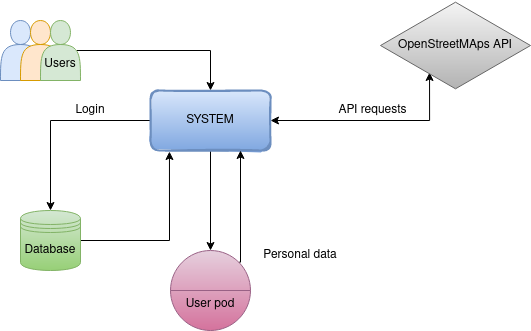
Above: docs/images/LOmap_BUsiness.png in Arquisoft/lomap_es5c (draw.io), before the change. Source tidied: cells renumbered, new cells last; positions are measured from the earlier drawing's top-left corner, leaving out a move shared by most shapes. The source it was exported from:
```xml
<mxGraphModel>
  <root>
    <mxCell id="0" />
    <mxCell id="1" parent="0" />
    <mxCell id="2" style="shape=actor;whiteSpace=wrap;html=1;fillColor=#dae8fc;strokeColor=#6c8ebf;" parent="1" vertex="1">
      <mxGeometry y="20" width="40" height="60" as="geometry" />
    </mxCell>
    <mxCell id="3" style="edgeStyle=orthogonalEdgeStyle;rounded=0;jettySize=auto;html=1;exitX=0.9;exitY=0.5;exitDx=0;exitDy=0;exitPerimeter=0;entryX=0.5;entryY=0;entryDx=0;entryDy=0;" parent="1" edge="1" source="17" target="7">
      <mxGeometry relative="1" as="geometry" />
    </mxCell>
    <mxCell id="4" style="edgeStyle=orthogonalEdgeStyle;rounded=0;jettySize=auto;html=1;exitX=0;exitY=0.5;exitDx=0;exitDy=0;entryX=0.5;entryY=0;entryDx=0;entryDy=0;" parent="1" edge="1" source="7" target="9">
      <mxGeometry relative="1" as="geometry" />
    </mxCell>
    <mxCell id="5" style="edgeStyle=orthogonalEdgeStyle;rounded=0;jettySize=auto;html=1;exitX=0.5;exitY=1;exitDx=0;exitDy=0;entryX=0.5;entryY=0;entryDx=0;entryDy=0;" parent="1" edge="1" source="7" target="11">
      <mxGeometry relative="1" as="geometry" />
    </mxCell>
    <mxCell id="6" style="edgeStyle=orthogonalEdgeStyle;rounded=0;jettySize=auto;html=1;exitX=1;exitY=0.5;exitDx=0;exitDy=0;entryX=0.327;entryY=0.8;entryDx=0;entryDy=0;entryPerimeter=0;endArrow=classic;endFill=1;startArrow=classic;startFill=1;" parent="1" edge="1" source="7" target="12">
      <mxGeometry relative="1" as="geometry">
        <Array as="points">
          <mxPoint x="430" y="120" />
          <mxPoint x="430" y="72" />
        </Array>
      </mxGeometry>
    </mxCell>
    <mxCell id="7" value="SYSTEM" style="rounded=1;whiteSpace=wrap;html=1;strokeWidth=2;fillWeight=4;hachureGap=8;hachureAngle=45;sketch=1;fillColor=#dae8fc;strokeColor=#6c8ebf;gradientColor=#7ea6e0;" parent="1" vertex="1">
      <mxGeometry x="150" y="90" width="120" height="60" as="geometry" />
    </mxCell>
    <mxCell id="8" style="edgeStyle=orthogonalEdgeStyle;rounded=0;jettySize=auto;html=1;exitX=1;exitY=0.5;exitDx=0;exitDy=0;entryX=0.158;entryY=1.017;entryDx=0;entryDy=0;entryPerimeter=0;startArrow=none;startFill=0;endArrow=classic;endFill=1;" parent="1" edge="1" source="9" target="7">
      <mxGeometry relative="1" as="geometry" />
    </mxCell>
    <mxCell id="9" value="Database" style="shape=datastore;whiteSpace=wrap;html=1;fillColor=#d5e8d4;gradientColor=#97d077;strokeColor=#82b366;" parent="1" vertex="1">
      <mxGeometry x="20" y="210" width="60" height="60" as="geometry" />
    </mxCell>
    <mxCell id="10" style="edgeStyle=orthogonalEdgeStyle;rounded=0;jettySize=auto;html=1;exitX=1;exitY=0;exitDx=0;exitDy=0;entryX=0.75;entryY=1;entryDx=0;entryDy=0;startArrow=none;startFill=0;endArrow=classic;endFill=1;" parent="1" edge="1" source="11" target="7">
      <mxGeometry relative="1" as="geometry">
        <Array as="points">
          <mxPoint x="240" y="262" />
        </Array>
      </mxGeometry>
    </mxCell>
    <mxCell id="11" value="&lt;div&gt;&lt;br&gt;&lt;/div&gt;&lt;div&gt;&lt;br&gt;&lt;/div&gt;&lt;div&gt;User pod&lt;br&gt;&lt;/div&gt;" style="shape=lineEllipse;perimeter=ellipsePerimeter;whiteSpace=wrap;html=1;backgroundOutline=1;fillColor=#e6d0de;gradientColor=#d5739d;strokeColor=#996185;" parent="1" vertex="1">
      <mxGeometry x="170" y="250" width="80" height="80" as="geometry" />
    </mxCell>
    <mxCell id="12" value="OpenStreetMAps API" style="html=1;whiteSpace=wrap;shape=isoRectangle;fillColor=#f5f5f5;gradientColor=#b3b3b3;strokeColor=#666666;" parent="1" vertex="1">
      <mxGeometry x="380" width="150" height="90" as="geometry" />
    </mxCell>
    <mxCell id="13" value="API requests" style="text;html=1;strokeColor=none;fillColor=none;align=center;verticalAlign=middle;whiteSpace=wrap;rounded=0;" parent="1" vertex="1">
      <mxGeometry x="335" y="95" width="75" height="30" as="geometry" />
    </mxCell>
    <mxCell id="14" value="&lt;div&gt;Login&lt;/div&gt;" style="text;html=1;strokeColor=none;fillColor=none;align=center;verticalAlign=middle;whiteSpace=wrap;rounded=0;" parent="1" vertex="1">
      <mxGeometry x="60" y="95" width="60" height="30" as="geometry" />
    </mxCell>
    <mxCell id="15" value="Personal data" style="text;html=1;strokeColor=none;fillColor=none;align=center;verticalAlign=middle;whiteSpace=wrap;rounded=0;" parent="1" vertex="1">
      <mxGeometry x="250" y="240" width="100" height="30" as="geometry" />
    </mxCell>
    <mxCell id="16" style="shape=actor;whiteSpace=wrap;html=1;fillColor=#ffe6cc;strokeColor=#d79b00;" parent="1" vertex="1">
      <mxGeometry x="20" y="20" width="40" height="60" as="geometry" />
    </mxCell>
    <mxCell id="17" value="&lt;div&gt;&lt;br&gt;&lt;/div&gt;&lt;div&gt;&lt;br&gt;&lt;/div&gt;&lt;div&gt;Users&lt;br&gt;&lt;/div&gt;" style="shape=actor;whiteSpace=wrap;html=1;fillColor=#d5e8d4;strokeColor=#82b366;" parent="1" vertex="1">
      <mxGeometry x="40" y="20" width="40" height="60" as="geometry" />
    </mxCell>
  </root>
</mxGraphModel>
```
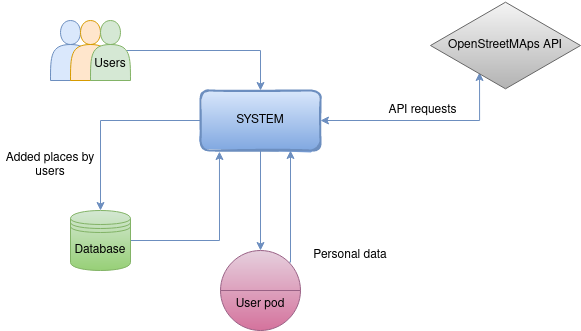
Later version of the same file.

Commit message:
modified business context

What changed in the source:
```diff
@@ -5,16 +5,16 @@
     <mxCell id="2" style="shape=actor;whiteSpace=wrap;html=1;fillColor=#dae8fc;strokeColor=#6c8ebf;" parent="1" vertex="1">
       <mxGeometry y="20" width="40" height="60" as="geometry" />
     </mxCell>
-    <mxCell id="3" style="edgeStyle=orthogonalEdgeStyle;rounded=0;jettySize=auto;html=1;exitX=0.9;exitY=0.5;exitDx=0;exitDy=0;exitPerimeter=0;entryX=0.5;entryY=0;entryDx=0;entryDy=0;" parent="1" edge="1" source="17" target="7">
+    <mxCell id="3" style="edgeStyle=orthogonalEdgeStyle;rounded=0;jettySize=auto;html=1;exitX=0.9;exitY=0.5;exitDx=0;exitDy=0;exitPerimeter=0;entryX=0.5;entryY=0;entryDx=0;entryDy=0;fillColor=#dae8fc;strokeColor=#6c8ebf;" parent="1" edge="1" source="17" target="7">
       <mxGeometry relative="1" as="geometry" />
     </mxCell>
-    <mxCell id="4" style="edgeStyle=orthogonalEdgeStyle;rounded=0;jettySize=auto;html=1;exitX=0;exitY=0.5;exitDx=0;exitDy=0;entryX=0.5;entryY=0;entryDx=0;entryDy=0;" parent="1" edge="1" source="7" target="9">
+    <mxCell id="4" style="edgeStyle=orthogonalEdgeStyle;rounded=0;jettySize=auto;html=1;exitX=0;exitY=0.5;exitDx=0;exitDy=0;entryX=0.5;entryY=0;entryDx=0;entryDy=0;fillColor=#dae8fc;strokeColor=#6c8ebf;" parent="1" edge="1" source="7" target="9">
       <mxGeometry relative="1" as="geometry" />
     </mxCell>
-    <mxCell id="5" style="edgeStyle=orthogonalEdgeStyle;rounded=0;jettySize=auto;html=1;exitX=0.5;exitY=1;exitDx=0;exitDy=0;entryX=0.5;entryY=0;entryDx=0;entryDy=0;" parent="1" edge="1" source="7" target="11">
+    <mxCell id="5" style="edgeStyle=orthogonalEdgeStyle;rounded=0;jettySize=auto;html=1;exitX=0.5;exitY=1;exitDx=0;exitDy=0;entryX=0.5;entryY=0;entryDx=0;entryDy=0;fillColor=#dae8fc;strokeColor=#6c8ebf;" parent="1" edge="1" source="7" target="11">
       <mxGeometry relative="1" as="geometry" />
     </mxCell>
-    <mxCell id="6" style="edgeStyle=orthogonalEdgeStyle;rounded=0;jettySize=auto;html=1;exitX=1;exitY=0.5;exitDx=0;exitDy=0;entryX=0.327;entryY=0.8;entryDx=0;entryDy=0;entryPerimeter=0;endArrow=classic;endFill=1;startArrow=classic;startFill=1;" parent="1" edge="1" source="7" target="12">
+    <mxCell id="6" style="edgeStyle=orthogonalEdgeStyle;rounded=0;jettySize=auto;html=1;exitX=1;exitY=0.5;exitDx=0;exitDy=0;entryX=0.327;entryY=0.8;entryDx=0;entryDy=0;entryPerimeter=0;endArrow=classic;endFill=1;startArrow=classic;startFill=1;fillColor=#dae8fc;strokeColor=#6c8ebf;" parent="1" edge="1" source="7" target="12">
       <mxGeometry relative="1" as="geometry">
         <Array as="points">
           <mxPoint x="430" y="120" />
@@ -25,13 +25,13 @@
     <mxCell id="7" value="SYSTEM" style="rounded=1;whiteSpace=wrap;html=1;strokeWidth=2;fillWeight=4;hachureGap=8;hachureAngle=45;sketch=1;fillColor=#dae8fc;strokeColor=#6c8ebf;gradientColor=#7ea6e0;" parent="1" vertex="1">
       <mxGeometry x="150" y="90" width="120" height="60" as="geometry" />
     </mxCell>
-    <mxCell id="8" style="edgeStyle=orthogonalEdgeStyle;rounded=0;jettySize=auto;html=1;exitX=1;exitY=0.5;exitDx=0;exitDy=0;entryX=0.158;entryY=1.017;entryDx=0;entryDy=0;entryPerimeter=0;startArrow=none;startFill=0;endArrow=classic;endFill=1;" parent="1" edge="1" source="9" target="7">
+    <mxCell id="8" style="edgeStyle=orthogonalEdgeStyle;rounded=0;jettySize=auto;html=1;exitX=1;exitY=0.5;exitDx=0;exitDy=0;entryX=0.158;entryY=1.017;entryDx=0;entryDy=0;entryPerimeter=0;startArrow=none;startFill=0;endArrow=classic;endFill=1;fillColor=#dae8fc;strokeColor=#6c8ebf;" parent="1" edge="1" source="9" target="7">
       <mxGeometry relative="1" as="geometry" />
     </mxCell>
     <mxCell id="9" value="Database" style="shape=datastore;whiteSpace=wrap;html=1;fillColor=#d5e8d4;gradientColor=#97d077;strokeColor=#82b366;" parent="1" vertex="1">
       <mxGeometry x="20" y="210" width="60" height="60" as="geometry" />
     </mxCell>
-    <mxCell id="10" style="edgeStyle=orthogonalEdgeStyle;rounded=0;jettySize=auto;html=1;exitX=1;exitY=0;exitDx=0;exitDy=0;entryX=0.75;entryY=1;entryDx=0;entryDy=0;startArrow=none;startFill=0;endArrow=classic;endFill=1;" parent="1" edge="1" source="11" target="7">
+    <mxCell id="10" style="edgeStyle=orthogonalEdgeStyle;rounded=0;jettySize=auto;html=1;exitX=1;exitY=0;exitDx=0;exitDy=0;entryX=0.75;entryY=1;entryDx=0;entryDy=0;startArrow=none;startFill=0;endArrow=classic;endFill=1;fillColor=#dae8fc;strokeColor=#6c8ebf;" parent="1" edge="1" source="11" target="7">
       <mxGeometry relative="1" as="geometry">
         <Array as="points">
           <mxPoint x="240" y="262" />
@@ -47,9 +47,6 @@
     <mxCell id="13" value="API requests" style="text;html=1;strokeColor=none;fillColor=none;align=center;verticalAlign=middle;whiteSpace=wrap;rounded=0;" parent="1" vertex="1">
       <mxGeometry x="335" y="95" width="75" height="30" as="geometry" />
     </mxCell>
-    <mxCell id="14" value="&lt;div&gt;Login&lt;/div&gt;" style="text;html=1;strokeColor=none;fillColor=none;align=center;verticalAlign=middle;whiteSpace=wrap;rounded=0;" parent="1" vertex="1">
-      <mxGeometry x="60" y="95" width="60" height="30" as="geometry" />
-    </mxCell>
     <mxCell id="15" value="Personal data" style="text;html=1;strokeColor=none;fillColor=none;align=center;verticalAlign=middle;whiteSpace=wrap;rounded=0;" parent="1" vertex="1">
       <mxGeometry x="250" y="240" width="100" height="30" as="geometry" />
     </mxCell>
@@ -59,5 +56,8 @@
     <mxCell id="17" value="&lt;div&gt;&lt;br&gt;&lt;/div&gt;&lt;div&gt;&lt;br&gt;&lt;/div&gt;&lt;div&gt;Users&lt;br&gt;&lt;/div&gt;" style="shape=actor;whiteSpace=wrap;html=1;fillColor=#d5e8d4;strokeColor=#82b366;" parent="1" vertex="1">
       <mxGeometry x="40" y="20" width="40" height="60" as="geometry" />
     </mxCell>
+    <mxCell id="18" value="Added places by users" style="text;html=1;strokeColor=none;fillColor=none;align=center;verticalAlign=middle;whiteSpace=wrap;rounded=0;" parent="1" vertex="1">
+      <mxGeometry x="-50" y="150" width="100" height="30" as="geometry" />
+    </mxCell>
   </root>
 </mxGraphModel>
```
